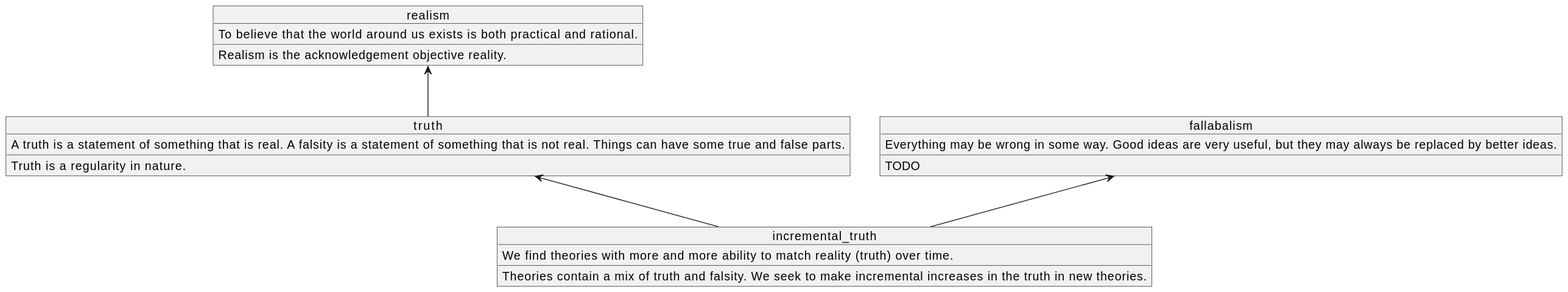
Before: docs/assets/images_quick_boi/bolq_diagram_incremental_truth/bolq_diagram_incremental_truth.svg, a diagram exported from PlantUML (ceramic-sf/ceramic-sf.github.io). The source it was exported from:
```plantuml
@startuml bolq_diagram_incremental_truth

object incremental_truth {
We find theories with more and more ability to match reality (truth) over time.
____
Theories contain a mix of truth and falsity. We seek to make incremental increases in the truth in new theories.
}
truth <-- incremental_truth
fallabalism <-- incremental_truth

object truth {
A truth is a statement of something that is real. A falsity is a statement of something that is not real. Things can have some true and false parts.
____
Truth is a regularity in nature.
}
realism <-- truth

object fallabalism {
Everything may be wrong in some way. Good ideas are very useful, but they may always be replaced by better ideas.
____
TODO
}

object realism {
To believe that the world around us exists is both practical and rational.
____
Realism is the acknowledgement objective reality.
}
@enduml
```
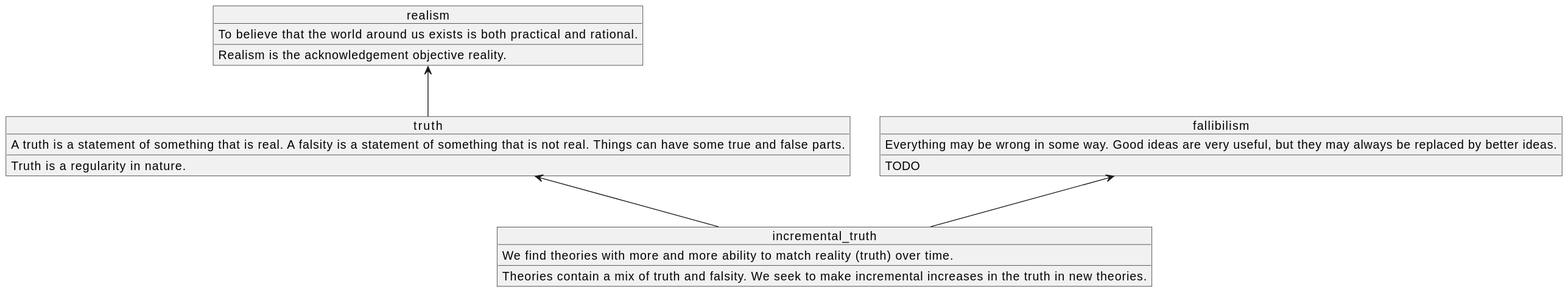
After the change.

The edit, as a diff of the source:
```diff
@@ -6,7 +6,7 @@
 Theories contain a mix of truth and falsity. We seek to make incremental increases in the truth in new theories.
 }
 truth <-- incremental_truth
-fallabalism <-- incremental_truth
+fallibilism <-- incremental_truth
 
 object truth {
 A truth is a statement of something that is real. A falsity is a statement of something that is not real. Things can have some true and false parts.
@@ -15,7 +15,7 @@
 }
 realism <-- truth
 
-object fallabalism {
+object fallibilism {
 Everything may be wrong in some way. Good ideas are very useful, but they may always be replaced by better ideas.
 ____
 TODO
```
